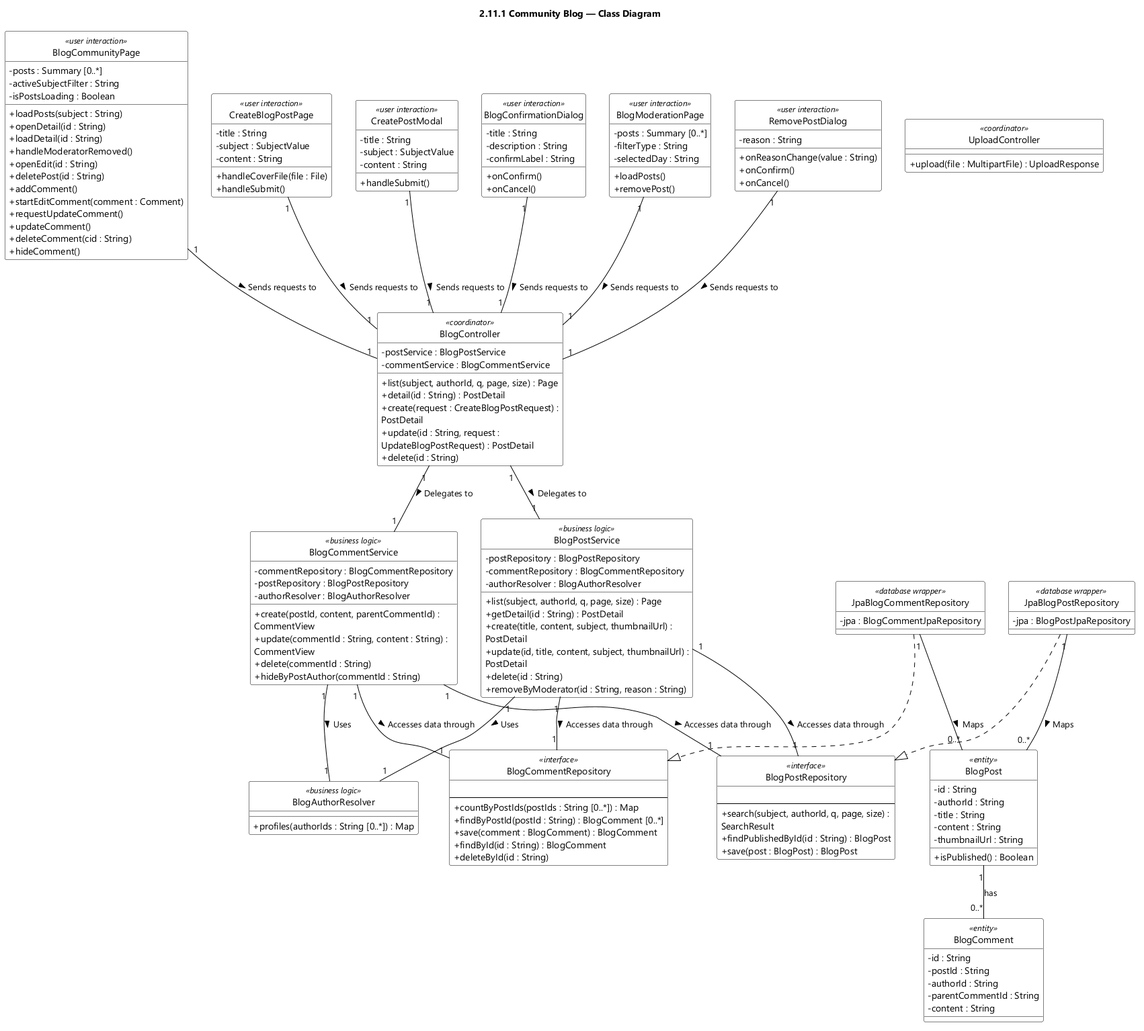
EduA-system/EduA-system keeps this PlantUML diagram as designs/sds-diagrams/feat11/feat11-class-diagram.png. Above is the earlier version.
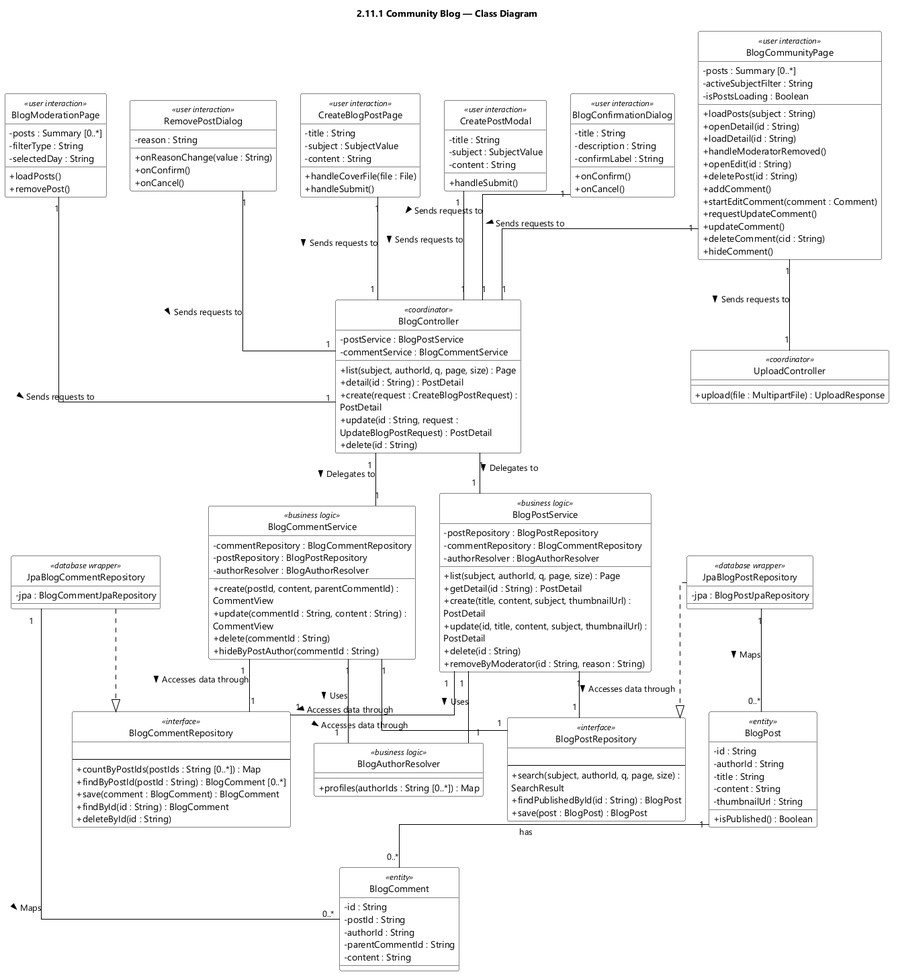
Later version of the same file.

The edit, as a diff of the source:
```diff
@@ -7,6 +7,7 @@
 skinparam classBorderColor #000000
 skinparam ArrowColor #000000
 skinparam classAttributeIconSize 0
+skinparam linetype ortho
 hide circle
 title 2.11.1 Community Blog — Class Diagram
 class BlogCommunityPage <<user interaction>> {
@@ -166,6 +167,7 @@
 JpaBlogCommentRepository ..|> BlogCommentRepository
 BlogPost "1" -- "0..*" BlogComment : has
 JpaBlogPostRepository "1" -- "0..*" BlogPost : Maps >
-JpaBlogCommentRepository "1" -- "0..*" BlogPost : Maps >
+JpaBlogCommentRepository "1" -- "0..*" BlogComment : Maps >
+BlogCommunityPage "1" -- "1" UploadController : Sends requests to >
 
 @enduml
```
